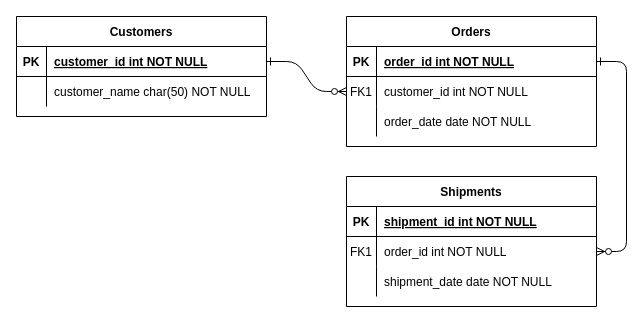
The draw.io diagram diagram/Untitled Diagram.drawio in 39dll/db, before the edit. Source tidied: cells renumbered, new cells numbered last; positions are measured from the earlier drawing's top-left corner, leaving out a move shared by most shapes. Both pictures are drawn from the tidied source at 100%, with x=0, y=0 at pixel (16, 16).
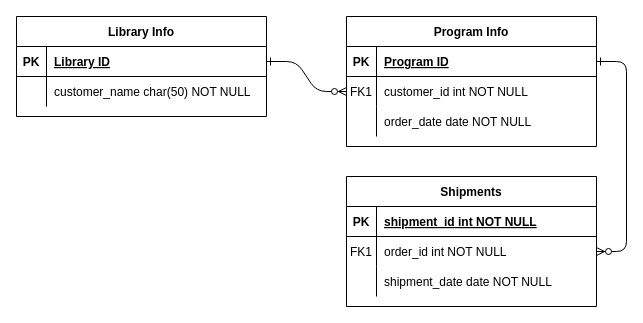
After the change.

Unchanged cells that the change refers to:
```xml
<mxCell id="5" style="shape=partialRectangle;fillColor=none;points=[[0,0.5],[1,0.5]];portConstraint=eastwest;top=0;left=0;right=0;bottom=1;" parent="4" vertex="1">
  <mxGeometry y="30" width="250" height="30" as="geometry" />
</mxCell>
<mxCell id="25" style="shape=partialRectangle;fillColor=none;points=[[0,0.5],[1,0.5]];portConstraint=eastwest;top=0;left=0;right=0;bottom=1;" parent="24" vertex="1">
  <mxGeometry y="30" width="250" height="30" as="geometry" />
</mxCell>
```

Change to the diagram source:
```diff
@@
-    <mxCell id="4" value="Orders" style="shape=table;startSize=30;childLayout=tableLayout;rowLines=0;fontStyle=1;align=center;" parent="1" vertex="1">
+    <mxCell id="4" value="Program Info" style="shape=table;startSize=30;childLayout=tableLayout;rowLines=0;fontStyle=1;align=center;" parent="1" vertex="1">
       <mxGeometry x="330" width="250" height="130" as="geometry" />
     </mxCell>
@@
-    <mxCell id="7" value="order_id int NOT NULL " style="shape=partialRectangle;overflow=hidden;fillColor=none;top=0;left=0;bottom=0;right=0;align=left;spacingLeft=6;fontStyle=5;" parent="5" vertex="1">
+    <mxCell id="7" value="Program ID" style="shape=partialRectangle;overflow=hidden;fillColor=none;top=0;left=0;bottom=0;right=0;align=left;spacingLeft=6;fontStyle=5;" parent="5" vertex="1">
       <mxGeometry x="30" width="220" height="30" as="geometry" />
     </mxCell>
@@
-    <mxCell id="24" value="Customers" style="shape=table;startSize=30;childLayout=tableLayout;rowLines=0;fontStyle=1;align=center;" parent="1" vertex="1">
+    <mxCell id="24" value="Library Info" style="shape=table;startSize=30;childLayout=tableLayout;rowLines=0;fontStyle=1;align=center;" parent="1" vertex="1">
       <mxGeometry width="250" height="100" as="geometry" />
     </mxCell>
@@
-    <mxCell id="27" value="customer_id int NOT NULL " style="shape=partialRectangle;overflow=hidden;fillColor=none;top=0;left=0;bottom=0;right=0;align=left;spacingLeft=6;fontStyle=5;" parent="25" vertex="1">
+    <mxCell id="27" value="Library ID" style="shape=partialRectangle;overflow=hidden;fillColor=none;top=0;left=0;bottom=0;right=0;align=left;spacingLeft=6;fontStyle=5;" parent="25" vertex="1">
       <mxGeometry x="30" width="220" height="30" as="geometry" />
     </mxCell>
```
